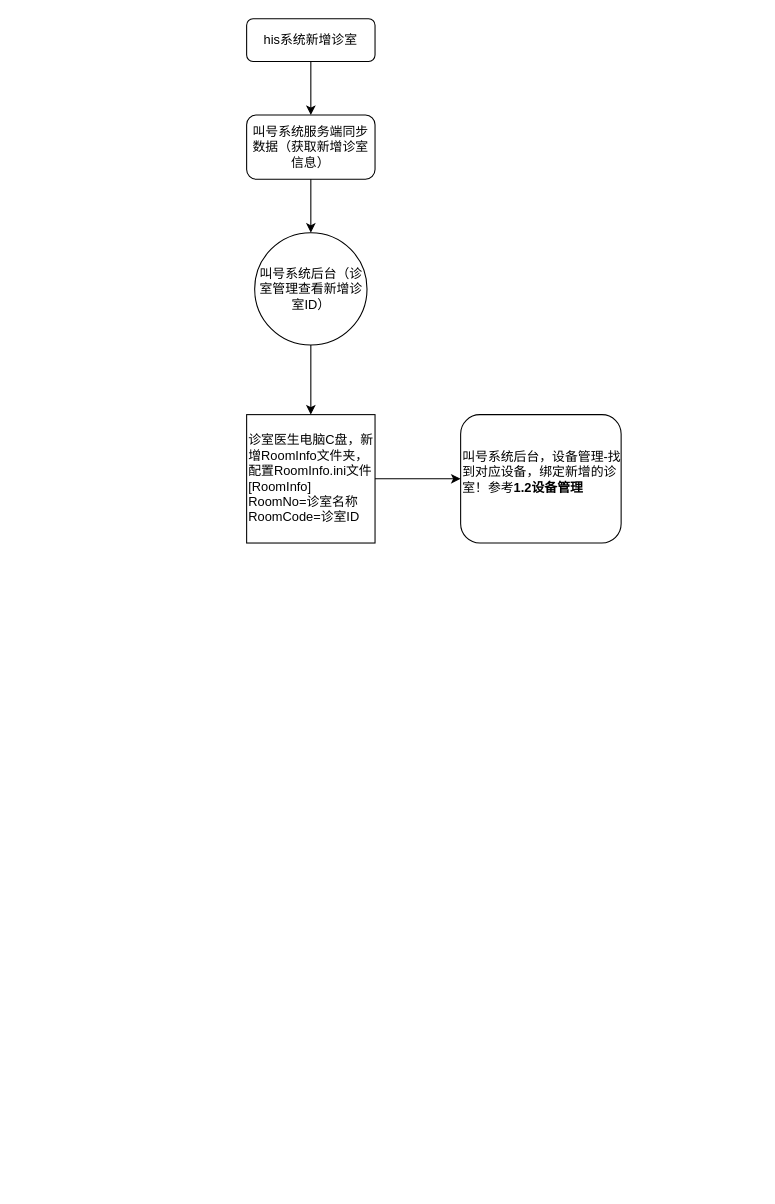
The draw.io diagram 未命名绘图.drawio in Whdahai/iOSProject, before the edit. Source tidied: cells renumbered, new cells numbered last; positions are measured from the earlier drawing's top-left corner, leaving out a move shared by most shapes. Both pictures are drawn from the tidied source at 107%, with x=0, y=0 at pixel (246, 18).
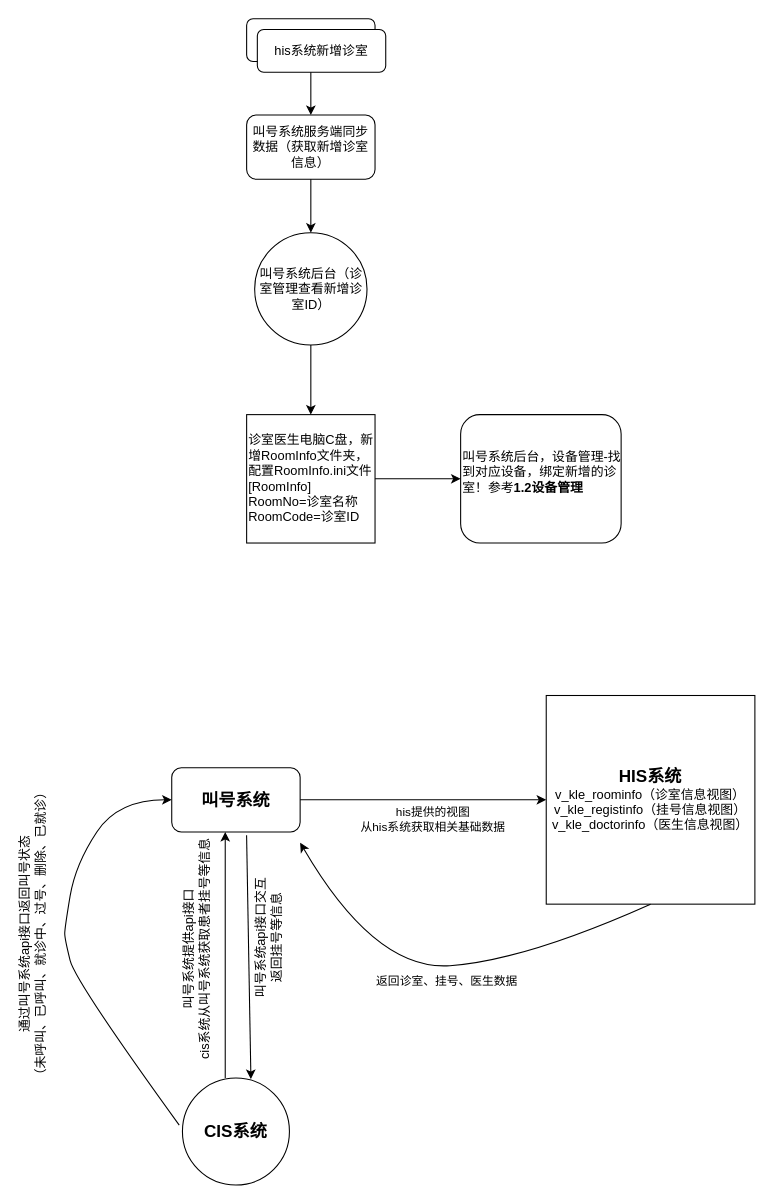
The same diagram, later.

Commit message:
更新未命名绘图.drawio

Diff of the diagram source:
```diff
@@
+    <mxCell id="11" value="his系统新增诊室" style="rounded=1;whiteSpace=wrap;html=1;fontSize=12;glass=0;strokeWidth=1;shadow=0;" parent="1" vertex="1">
+      <mxGeometry x="10" y="10" width="120" height="40" as="geometry" />
+    </mxCell>
+    <mxCell id="12" value="叫号系统" style="rounded=1;whiteSpace=wrap;html=1;fontStyle=1;fontSize=16;" parent="1" vertex="1">
+      <mxGeometry x="-70" y="700" width="120" height="60" as="geometry" />
+    </mxCell>
+    <mxCell id="13" style="endArrow=classic;html=1;rounded=0;entryX=0;entryY=0.5;entryDx=0;entryDy=0;" parent="1" edge="1" source="12" target="15">
+      <mxGeometry relative="1" as="geometry" />
+    </mxCell>
+    <mxCell id="14" value="his提供的视图&lt;br&gt;从his系统获取相关基础数据" style="edgeLabel;html=1;align=center;verticalAlign=middle;fontStyle=0;" parent="13" vertex="1">
+      <mxGeometry x="0.3" y="1" relative="1" as="geometry">
+        <mxPoint x="-27" y="19" as="offset" />
+      </mxGeometry>
+    </mxCell>
+    <mxCell id="15" value="&lt;span&gt;&lt;font style=&quot;font-size: 16px;&quot;&gt;&lt;b&gt;HIS系统&lt;/b&gt;&lt;/font&gt;&lt;/span&gt;&lt;br&gt;v_kle_roominfo（诊室信息视图）v_kle_registinfo（挂号信息视图）&lt;br&gt;v_kle_doctorinfo（医生信息视图）" style="whiteSpace=wrap;html=1;fontStyle=0;" parent="1" vertex="1">
+      <mxGeometry x="280" y="632.5" width="195" height="195" as="geometry" />
+    </mxCell>
+    <mxCell id="16" style="curved=1;endArrow=classic;html=1;rounded=0;exitX=0.5;exitY=1;exitDx=0;exitDy=0;" parent="1" edge="1" source="15">
+      <mxGeometry relative="1" as="geometry">
+        <mxPoint x="50" y="770" as="targetPoint" />
+        <Array as="points">
+          <mxPoint x="260" y="880" />
+          <mxPoint x="120" y="890" />
+        </Array>
+      </mxGeometry>
+    </mxCell>
+    <mxCell id="17" value="返回诊室、挂号、医生数据" style="edgeLabel;html=1;align=center;verticalAlign=middle;fontStyle=0;" parent="16" vertex="1">
+      <mxGeometry x="-0.01" relative="1" as="geometry">
+        <mxPoint y="14" as="offset" />
+      </mxGeometry>
+    </mxCell>
+    <mxCell id="18" value="CIS系统" style="ellipse;whiteSpace=wrap;html=1;fontSize=16;fontStyle=1;" parent="1" vertex="1">
+      <mxGeometry x="-60" y="990" width="100" height="100" as="geometry" />
+    </mxCell>
+    <mxCell id="19" value="叫号系统提供api接口&lt;br&gt;cis系统从叫号系统获取患者挂号等信息" style="text;html=1;align=center;verticalAlign=bottom;strokeColor=none;fillColor=none;fontSize=12;labelPosition=center;verticalLabelPosition=middle;horizontal=0;fontStyle=0;" parent="1" vertex="1">
+      <mxGeometry x="-80" y="760" width="50" height="220" as="geometry" />
+    </mxCell>
+    <mxCell id="20" style="endArrow=classic;html=1;rounded=0;fontSize=16;" parent="1" edge="1">
+      <mxGeometry relative="1" as="geometry">
+        <mxPoint x="-20" y="990" as="sourcePoint" />
+        <mxPoint x="-20" y="760" as="targetPoint" />
+      </mxGeometry>
+    </mxCell>
+    <mxCell id="21" style="endArrow=classic;html=1;rounded=0;fontSize=12;entryX=0.64;entryY=0.01;entryDx=0;entryDy=0;entryPerimeter=0;exitX=0.583;exitY=1.05;exitDx=0;exitDy=0;exitPerimeter=0;" parent="1" edge="1" source="12" target="18">
+      <mxGeometry relative="1" as="geometry" />
+    </mxCell>
+    <mxCell id="22" value="叫号系统api接口交互&lt;br&gt;返回挂号等信息" style="edgeLabel;html=1;align=center;verticalAlign=middle;fontSize=12;horizontal=0;fontStyle=0;" parent="21" vertex="1">
+      <mxGeometry x="-0.26" y="2" relative="1" as="geometry">
+        <mxPoint x="17" y="13" as="offset" />
+      </mxGeometry>
+    </mxCell>
+    <mxCell id="23" style="curved=1;endArrow=classic;html=1;rounded=0;fontSize=12;exitX=-0.03;exitY=0.44;exitDx=0;exitDy=0;exitPerimeter=0;" parent="1" edge="1" source="18">
+      <mxGeometry relative="1" as="geometry">
+        <mxPoint x="-70" y="730" as="targetPoint" />
+        <Array as="points">
+          <mxPoint x="-160" y="900" />
+          <mxPoint x="-170" y="860" />
+          <mxPoint x="-170" y="850" />
+          <mxPoint x="-160" y="790" />
+          <mxPoint x="-120" y="730" />
+        </Array>
+      </mxGeometry>
+    </mxCell>
+    <mxCell id="24" value="通过叫号系统api接口返回叫号状态&lt;br&gt;（未呼叫、已呼叫、就诊中、过号、删除、已就诊）" style="edgeLabel;html=1;align=center;verticalAlign=middle;fontSize=12;horizontal=0;fontStyle=0;" parent="23" vertex="1">
+      <mxGeometry x="0.18" relative="1" as="geometry">
+        <mxPoint x="-33" y="26" as="offset" />
+      </mxGeometry>
+    </mxCell>
```
